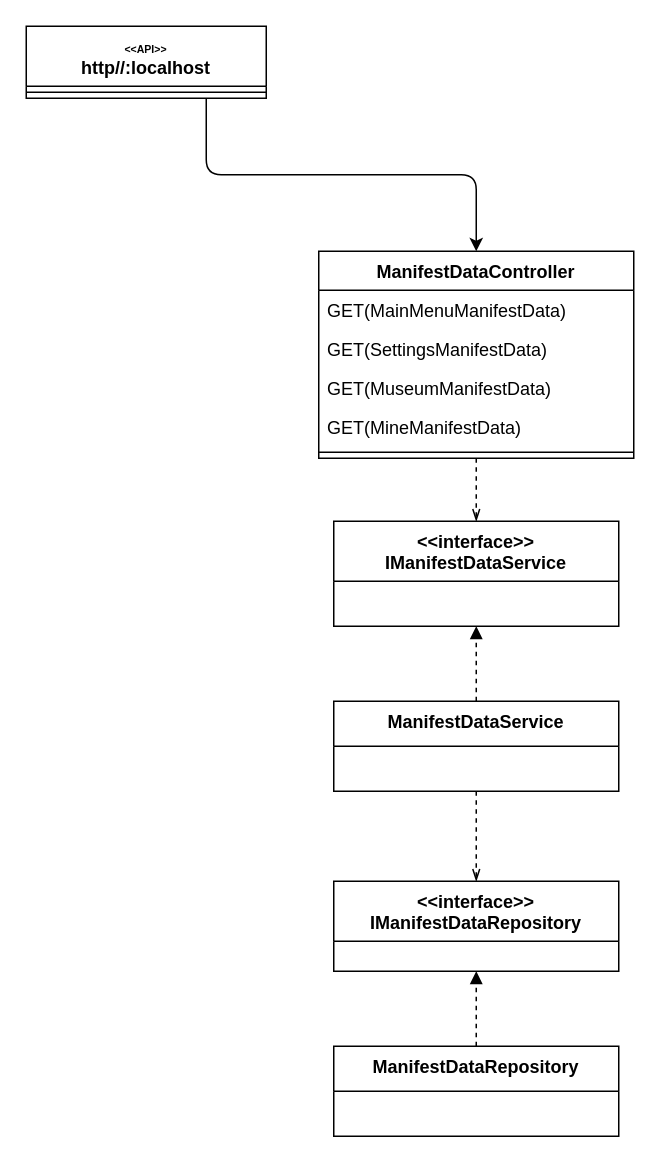
The draw.io diagram page "Page-1" (1 of 2) of MuseumArchetecture.drawio in shadmanArko/ProjectMuseum, before the edit. Source tidied: cells renumbered, new cells numbered last; positions are measured from the earlier drawing's top-left corner, leaving out a move shared by most shapes. Both pictures are drawn from the tidied source at 150%, with x=0, y=0 at pixel (26, 26).
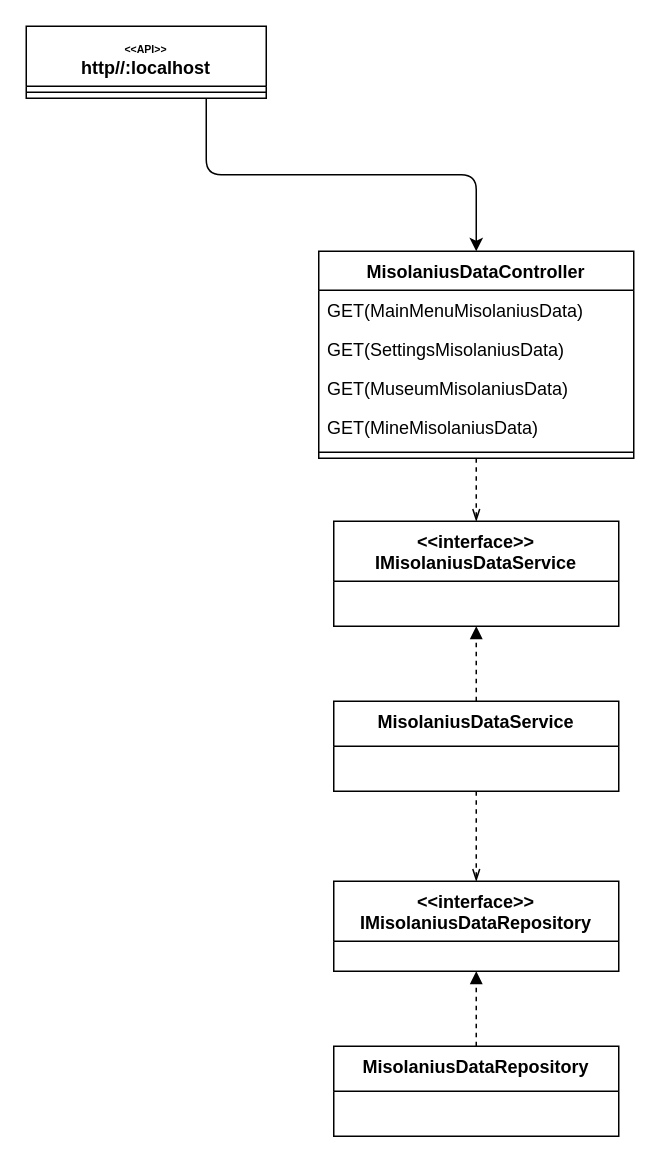
The same diagram, later.

The edit, as a diff of the source:
```diff
@@
 <mxGraphModel>
   <root>
     <mxCell id="0" />
     <mxCell id="1" parent="0" />
     <mxCell id="2" style="edgeStyle=orthogonalEdgeStyle;jettySize=auto;html=1;exitX=0.75;exitY=1;exitDx=0;exitDy=0;entryX=0.5;entryY=0;entryDx=0;entryDy=0;" parent="1" edge="1" source="3" target="6">
       <mxGeometry relative="1" as="geometry" />
     </mxCell>
     <mxCell id="3" value="&lt;font style=&quot;font-size: 7px;&quot;&gt;&amp;lt;&amp;lt;API&amp;gt;&amp;gt;&lt;/font&gt;&lt;br style=&quot;font-size: 6px;&quot;&gt;http//:localhost" style="swimlane;fontStyle=1;align=center;verticalAlign=top;horizontal=1;startSize=40;whiteSpace=wrap;html=1;rounded=0;" parent="1" vertex="1">
       <mxGeometry width="160" height="48" as="geometry" />
     </mxCell>
     <mxCell id="4" style="line;strokeWidth=1;fillColor=none;align=left;verticalAlign=middle;spacingTop=-1;spacingLeft=3;spacingRight=3;labelPosition=right;strokeColor=inherit;rounded=0;" parent="3" vertex="1">
       <mxGeometry y="40" width="160" height="8" as="geometry" />
     </mxCell>
     <mxCell id="5" style="edgeStyle=orthogonalEdgeStyle;rounded=0;jettySize=auto;html=1;entryX=0.5;entryY=0;entryDx=0;entryDy=0;dashed=1;endArrow=openThin;endFill=0;" parent="1" edge="1" source="6" target="13">
       <mxGeometry relative="1" as="geometry" />
     </mxCell>
-    <mxCell id="6" value="ManifestDataController" style="swimlane;fontStyle=1;align=center;verticalAlign=top;horizontal=1;startSize=26;whiteSpace=wrap;html=1;rounded=0;shadow=0;" parent="1" vertex="1">
+    <mxCell id="6" value="MisolaniusDataController" style="swimlane;fontStyle=1;align=center;verticalAlign=top;horizontal=1;startSize=26;whiteSpace=wrap;html=1;rounded=0;shadow=0;" parent="1" vertex="1">
       <mxGeometry x="195" y="150" width="210" height="138" as="geometry" />
     </mxCell>
-    <mxCell id="7" value="GET(MainMenuManifestData)" style="text;strokeColor=none;fillColor=none;align=left;verticalAlign=top;spacingLeft=4;spacingRight=4;overflow=hidden;whiteSpace=wrap;html=1;" parent="6" vertex="1">
+    <mxCell id="7" value="GET(MainMenuMisolaniusData)" style="text;strokeColor=none;fillColor=none;align=left;verticalAlign=top;spacingLeft=4;spacingRight=4;overflow=hidden;whiteSpace=wrap;html=1;" parent="6" vertex="1">
       <mxGeometry y="26" width="210" height="26" as="geometry" />
     </mxCell>
-    <mxCell id="8" value="GET(SettingsManifestData)" style="text;strokeColor=none;fillColor=none;align=left;verticalAlign=top;spacingLeft=4;spacingRight=4;overflow=hidden;whiteSpace=wrap;html=1;" parent="6" vertex="1">
+    <mxCell id="8" value="GET(SettingsMisolaniusData)" style="text;strokeColor=none;fillColor=none;align=left;verticalAlign=top;spacingLeft=4;spacingRight=4;overflow=hidden;whiteSpace=wrap;html=1;" parent="6" vertex="1">
       <mxGeometry y="52" width="210" height="26" as="geometry" />
     </mxCell>
-    <mxCell id="9" value="GET(MuseumManifestData)" style="text;strokeColor=none;fillColor=none;align=left;verticalAlign=top;spacingLeft=4;spacingRight=4;overflow=hidden;whiteSpace=wrap;html=1;" parent="6" vertex="1">
+    <mxCell id="9" value="GET(MuseumMisolaniusData)" style="text;strokeColor=none;fillColor=none;align=left;verticalAlign=top;spacingLeft=4;spacingRight=4;overflow=hidden;whiteSpace=wrap;html=1;" parent="6" vertex="1">
       <mxGeometry y="78" width="210" height="26" as="geometry" />
     </mxCell>
-    <mxCell id="10" value="GET(MineManifestData)" style="text;strokeColor=none;fillColor=none;align=left;verticalAlign=top;spacingLeft=4;spacingRight=4;overflow=hidden;whiteSpace=wrap;html=1;" parent="6" vertex="1">
+    <mxCell id="10" value="GET(MineMisolaniusData)" style="text;strokeColor=none;fillColor=none;align=left;verticalAlign=top;spacingLeft=4;spacingRight=4;overflow=hidden;whiteSpace=wrap;html=1;" parent="6" vertex="1">
       <mxGeometry y="104" width="210" height="26" as="geometry" />
     </mxCell>
     <mxCell id="11" style="line;strokeWidth=1;fillColor=none;align=left;verticalAlign=middle;spacingTop=-1;spacingLeft=3;spacingRight=3;labelPosition=right;strokeColor=inherit;" parent="6" vertex="1">
       <mxGeometry y="130" width="210" height="8" as="geometry" />
     </mxCell>
-    <mxCell id="12" value="&amp;lt;&amp;lt;interface&amp;gt;&amp;gt;&lt;br&gt;IManifestDataRepository" style="swimlane;fontStyle=1;align=center;verticalAlign=top;horizontal=1;startSize=40;whiteSpace=wrap;html=1;" parent="1" vertex="1">
+    <mxCell id="12" value="&amp;lt;&amp;lt;interface&amp;gt;&amp;gt;&lt;br&gt;IMisolaniusDataRepository" style="swimlane;fontStyle=1;align=center;verticalAlign=top;horizontal=1;startSize=40;whiteSpace=wrap;html=1;" parent="1" vertex="1">
       <mxGeometry x="205" y="570" width="190" height="60" as="geometry" />
     </mxCell>
-    <mxCell id="13" value="&amp;lt;&amp;lt;interface&amp;gt;&amp;gt;&lt;br&gt;IManifestDataService" style="swimlane;fontStyle=1;align=center;verticalAlign=top;horizontal=1;startSize=40;whiteSpace=wrap;html=1;" parent="1" vertex="1">
+    <mxCell id="13" value="&amp;lt;&amp;lt;interface&amp;gt;&amp;gt;&lt;br&gt;IMisolaniusDataService" style="swimlane;fontStyle=1;align=center;verticalAlign=top;horizontal=1;startSize=40;whiteSpace=wrap;html=1;" parent="1" vertex="1">
       <mxGeometry x="205" y="330" width="190" height="70" as="geometry" />
     </mxCell>
     <mxCell id="14" style="edgeStyle=orthogonalEdgeStyle;rounded=0;jettySize=auto;html=1;exitX=0.5;exitY=1;exitDx=0;exitDy=0;entryX=0.5;entryY=0;entryDx=0;entryDy=0;dashed=1;endArrow=openThin;endFill=0;" parent="1" edge="1" source="16" target="12">
       <mxGeometry relative="1" as="geometry" />
     </mxCell>
     <mxCell id="15" style="edgeStyle=orthogonalEdgeStyle;rounded=0;jettySize=auto;html=1;exitX=0.5;exitY=0;exitDx=0;exitDy=0;entryX=0.5;entryY=1;entryDx=0;entryDy=0;dashed=1;endArrow=block;endFill=1;" parent="1" edge="1" source="16" target="13">
       <mxGeometry relative="1" as="geometry" />
     </mxCell>
-    <mxCell id="16" value="ManifestDataService" style="swimlane;fontStyle=1;align=center;verticalAlign=top;horizontal=1;startSize=30;whiteSpace=wrap;html=1;" parent="1" vertex="1">
+    <mxCell id="16" value="MisolaniusDataService" style="swimlane;fontStyle=1;align=center;verticalAlign=top;horizontal=1;startSize=30;whiteSpace=wrap;html=1;" parent="1" vertex="1">
       <mxGeometry x="205" y="450" width="190" height="60" as="geometry" />
     </mxCell>
     <mxCell id="17" style="edgeStyle=orthogonalEdgeStyle;rounded=0;jettySize=auto;html=1;exitX=0.5;exitY=0;exitDx=0;exitDy=0;entryX=0.5;entryY=1;entryDx=0;entryDy=0;endArrow=block;endFill=1;dashed=1;" parent="1" edge="1" source="18" target="12">
       <mxGeometry relative="1" as="geometry" />
     </mxCell>
-    <mxCell id="18" value="ManifestDataRepository" style="swimlane;fontStyle=1;align=center;verticalAlign=top;horizontal=1;startSize=30;whiteSpace=wrap;html=1;" parent="1" vertex="1">
+    <mxCell id="18" value="MisolaniusDataRepository" style="swimlane;fontStyle=1;align=center;verticalAlign=top;horizontal=1;startSize=30;whiteSpace=wrap;html=1;" parent="1" vertex="1">
       <mxGeometry x="205" y="680" width="190" height="60" as="geometry" />
     </mxCell>
   </root>
 </mxGraphModel>
```
